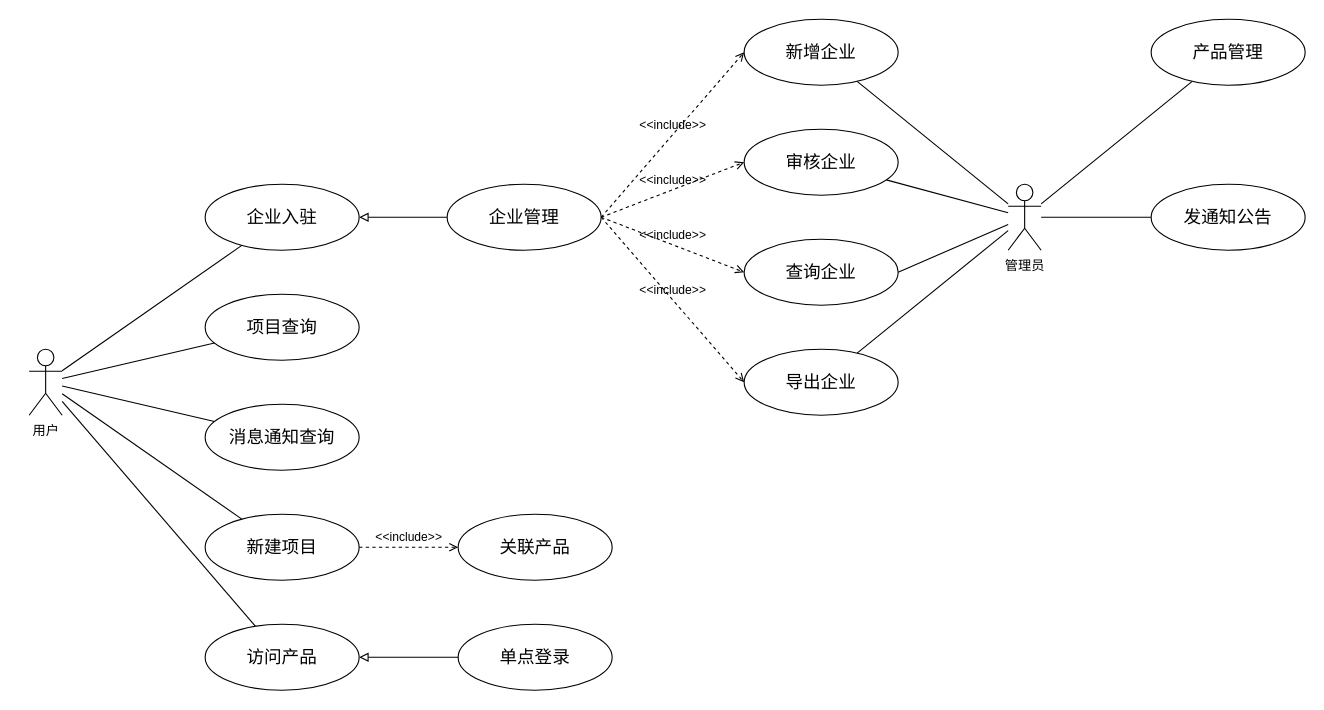
Qunz/drawio keeps this draw.io diagram as page "用例图" (2 of 3) of others/产品中心.drawio. Above is the earlier version. Source tidied: cells renumbered, new cells numbered last; positions are measured from the earlier drawing's top-left corner, leaving out a move shared by most shapes. Both pictures are drawn from the tidied source at 110%, with x=0, y=0 at pixel (29, 19).
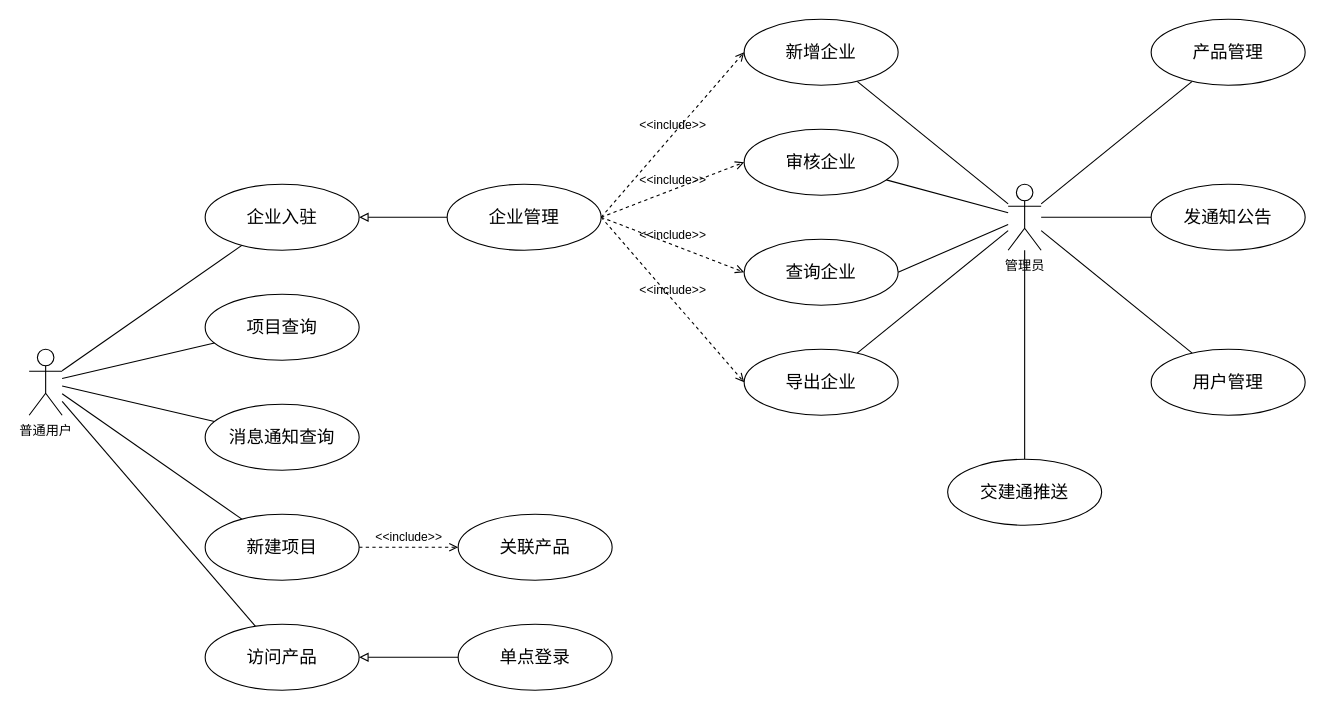
The same page after the edit.

The change refers to these unchanged cells:
```xml
<mxCell id="16" value="管理员" style="shape=umlActor;verticalLabelPosition=bottom;verticalAlign=top;html=1;" parent="1" vertex="1">
  <mxGeometry x="890" y="150" width="30" height="60" as="geometry" />
</mxCell>
```

Change to the diagram source:
```diff
@@
-    <mxCell id="9" value="用户" style="shape=umlActor;verticalLabelPosition=bottom;verticalAlign=top;html=1;" parent="1" vertex="1">
+    <mxCell id="9" value="普通用户" style="shape=umlActor;verticalLabelPosition=bottom;verticalAlign=top;html=1;" parent="1" vertex="1">
       <mxGeometry y="300" width="30" height="60" as="geometry" />
     </mxCell>
@@
+    <mxCell id="36" style="rounded=0;jettySize=auto;html=1;endArrow=none;endFill=0;" parent="1" edge="1" source="16" target="38">
+      <mxGeometry relative="1" as="geometry" />
+    </mxCell>
+    <mxCell id="37" style="rounded=0;jettySize=auto;html=1;endArrow=none;endFill=0;" parent="1" edge="1" source="16" target="39">
+      <mxGeometry relative="1" as="geometry" />
+    </mxCell>
@@
+    <mxCell id="38" value="交建通推送" style="ellipse;whiteSpace=wrap;html=1;fontSize=16;" parent="1" vertex="1">
+      <mxGeometry x="835" y="400" width="140" height="60" as="geometry" />
+    </mxCell>
+    <mxCell id="39" value="用户管理" style="ellipse;whiteSpace=wrap;html=1;fontSize=16;" parent="1" vertex="1">
+      <mxGeometry x="1020" y="300" width="140" height="60" as="geometry" />
+    </mxCell>
```
